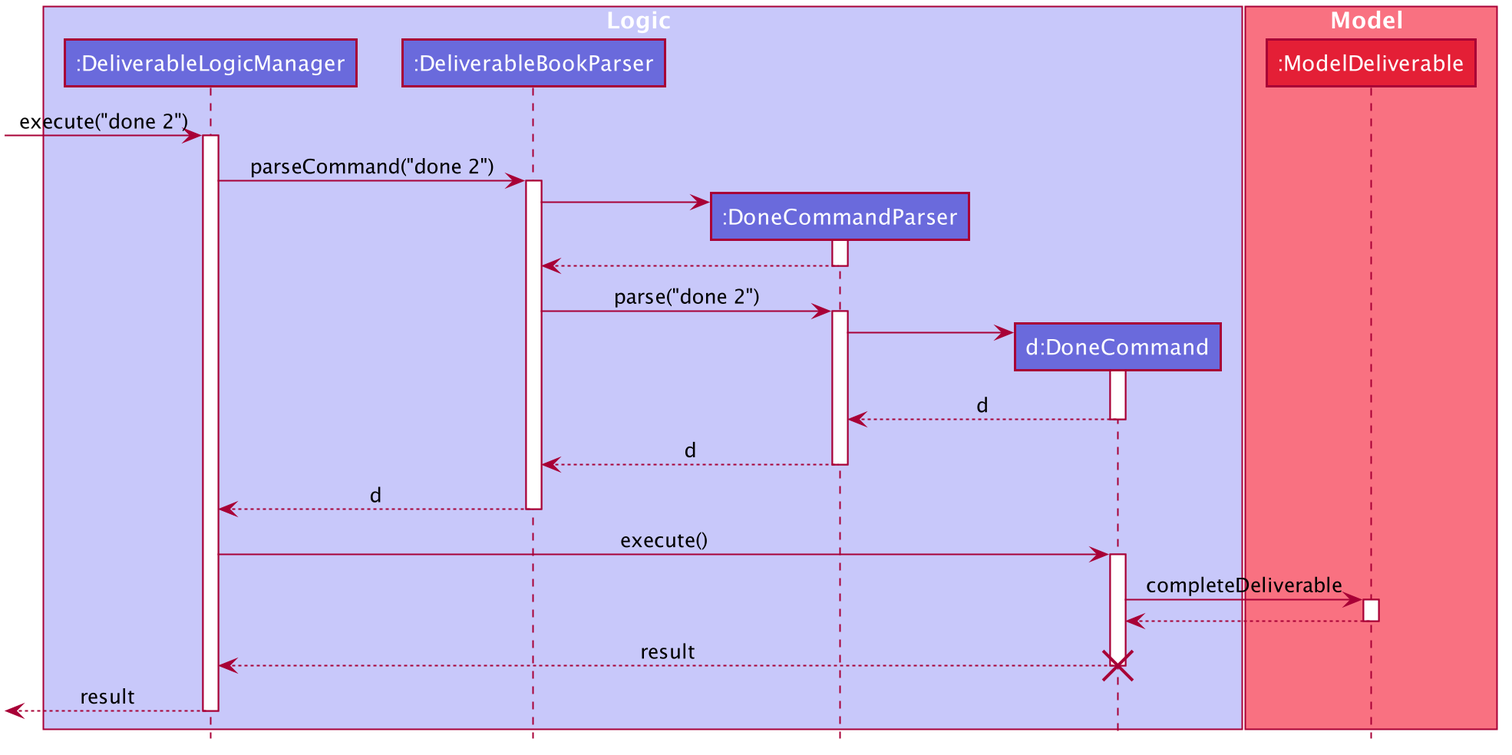
Before: docs/images/DoneCommandSequenceDiagram.png, a diagram exported from PlantUML (shadowezz/Productiv).
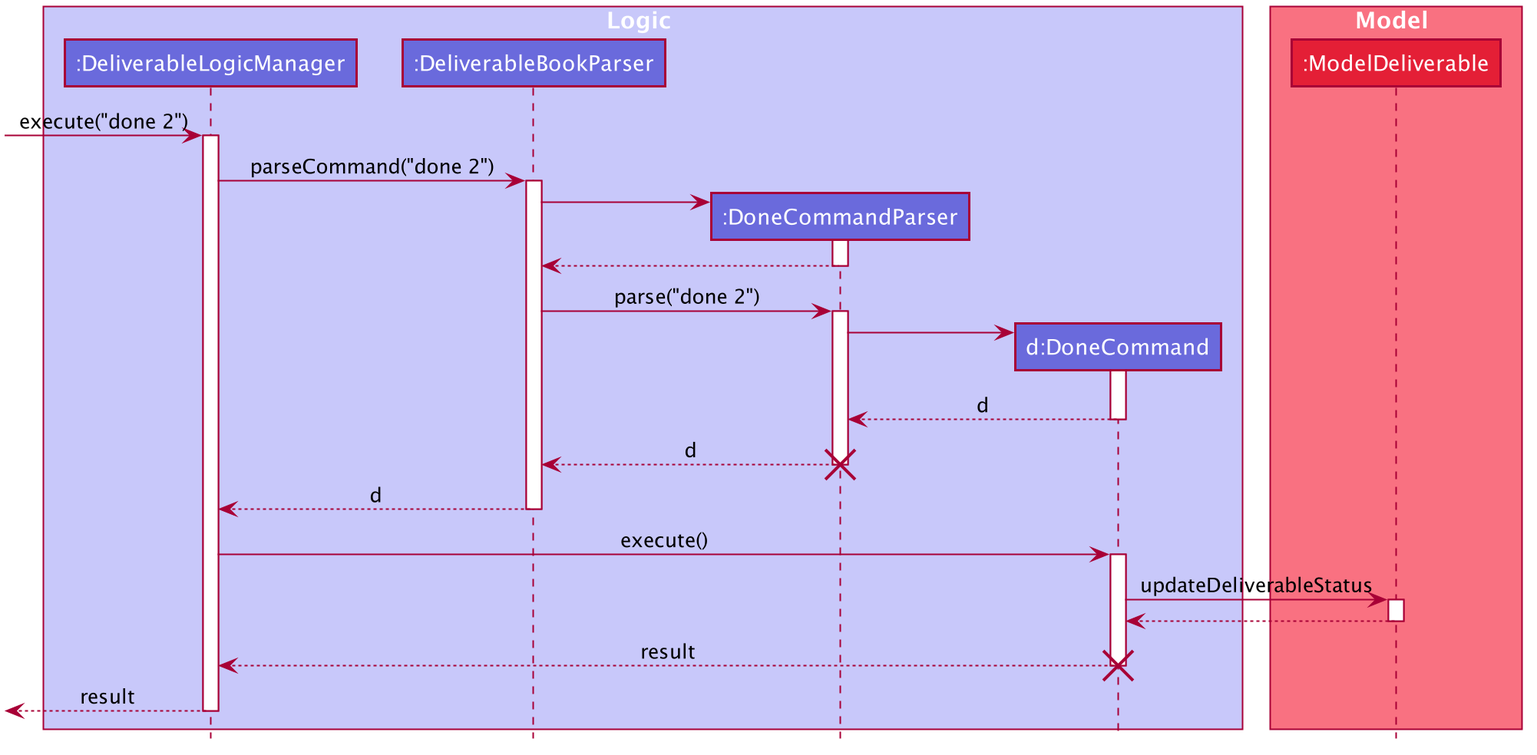
After the commit.

Diff of the diagram source:
```diff
@@ -84,6 +84,7 @@
 
 DoneCommandParser --> DeliverableBookParser : d
 deactivate DoneCommandParser
+destroy DoneCommandParser
 
 DeliverableBookParser --> DeliverableLogicManager : d
 deactivate DeliverableBookParser
@@ -91,7 +92,7 @@
 DeliverableLogicManager -> DoneCommand : execute()
 activate DoneCommand
 
-DoneCommand -> ModelDeliverable : completeDeliverable
+DoneCommand -> ModelDeliverable : updateDeliverableStatus
 activate ModelDeliverable
 
 ModelDeliverable --> DoneCommand
@@ -103,4 +104,5 @@
 
 [<-- DeliverableLogicManager : result
 deactivate DeliverableLogicManager
+
 @enduml
```
